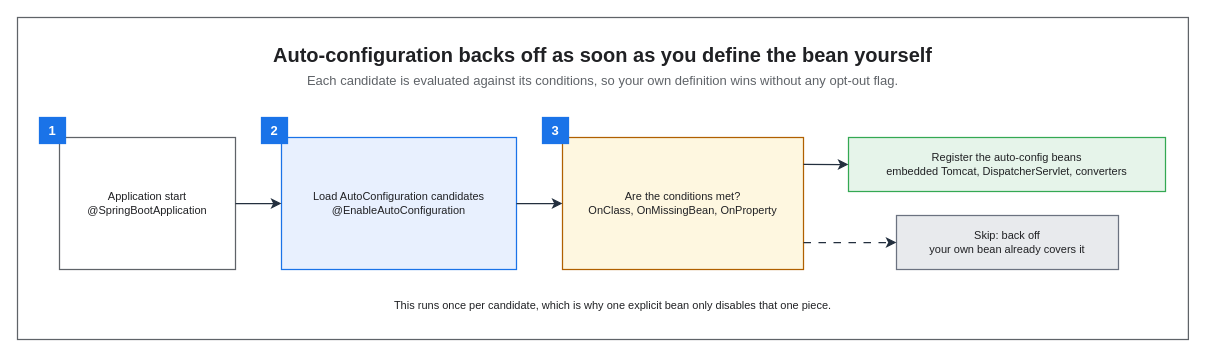
The draw.io diagram assets/img/spring/spring-07-autoconfiguration-flow.drawio in KKamJi98/kkamji98.github.io, before the edit. Source tidied: cells renumbered, new cells numbered last; positions are measured from the earlier drawing's top-left corner, leaving out a move shared by most shapes. Both pictures are drawn from the tidied source at 100%, with x=0, y=0 at pixel (17, 17).
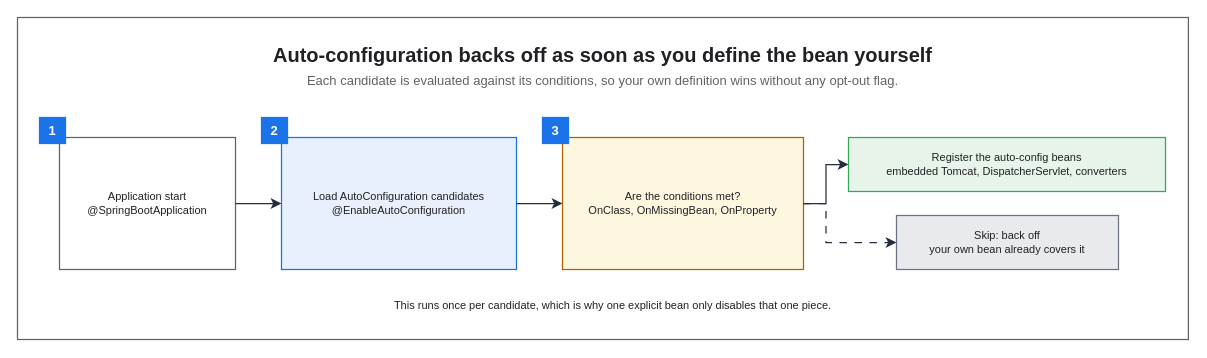
After the change.

Unchanged cells that the change refers to:
```xml
<mxCell id="7" value="Are the conditions met?&#10;OnClass, OnMissingBean, OnProperty" style="rounded=0;whiteSpace=wrap;html=0;fillColor=#FEF7E0;strokeColor=#B06000;fontColor=#202124;fontSize=11;fontStyle=0;align=center;verticalAlign=middle;spacingLeft=6;spacingRight=6;strokeWidth=1.25;" parent="1" vertex="1">
  <mxGeometry x="545" y="120" width="241" height="132" as="geometry" />
</mxCell>
<mxCell id="8" value="Register the auto-config beans&#10;embedded Tomcat, DispatcherServlet, converters" style="rounded=0;whiteSpace=wrap;html=0;fillColor=#E6F4EA;strokeColor=#34A853;fontColor=#202124;fontSize=11;fontStyle=0;align=center;verticalAlign=middle;spacingLeft=6;spacingRight=6;strokeWidth=1.25;" parent="1" vertex="1">
  <mxGeometry x="831" y="120" width="317" height="54" as="geometry" />
</mxCell>
<mxCell id="9" value="Skip: back off&#10;your own bean already covers it" style="rounded=0;whiteSpace=wrap;html=0;fillColor=#E8EAED;strokeColor=#6B7280;fontColor=#202124;fontSize=11;fontStyle=0;align=center;verticalAlign=middle;spacingLeft=6;spacingRight=6;strokeWidth=1.25;" parent="1" vertex="1">
  <mxGeometry x="879" y="198" width="222" height="54" as="geometry" />
</mxCell>
```

The edit, as a diff of the source:
```diff
@@
-    <mxCell id="16" style="edgeStyle=orthogonalEdgeStyle;rounded=0;html=0;strokeColor=#232F3E;strokeWidth=1.25;endArrow=classic;endFill=1;endSize=7;fontSize=11;fontColor=#202124;labelBackgroundColor=none;jettySize=14;exitX=1;exitY=0.2045;entryX=0;entryY=0.5;exitDx=0;exitDy=0;entryDx=0;entryDy=0;" parent="1" edge="1" source="7" target="8">
-      <mxGeometry relative="1" as="geometry" />
+    <mxCell id="16" style="edgeStyle=orthogonalEdgeStyle;rounded=0;html=0;strokeColor=#232F3E;strokeWidth=1.25;endArrow=classic;endFill=1;endSize=7;fontSize=11;fontColor=#202124;labelBackgroundColor=none;jettySize=14;exitX=1;exitY=0.5;entryX=0;entryY=0.5;exitDx=0;exitDy=0;entryDx=0;entryDy=0;" parent="1" edge="1" source="7" target="8">
+      <mxGeometry relative="1" as="geometry">
+        <Array as="points">
+          <mxPoint x="808.5" y="186" />
+          <mxPoint x="808.5" y="147" />
+        </Array>
+      </mxGeometry>
     </mxCell>
-    <mxCell id="17" style="edgeStyle=orthogonalEdgeStyle;rounded=0;html=0;strokeColor=#232F3E;strokeWidth=1.25;endArrow=classic;endFill=1;endSize=7;fontSize=11;fontColor=#202124;labelBackgroundColor=none;jettySize=14;dashed=1;dashPattern=6 6;exitX=1;exitY=0.7955;entryX=0;entryY=0.5;exitDx=0;exitDy=0;entryDx=0;entryDy=0;" parent="1" edge="1" source="7" target="9">
-      <mxGeometry relative="1" as="geometry" />
+    <mxCell id="17" style="edgeStyle=orthogonalEdgeStyle;rounded=0;html=0;strokeColor=#232F3E;strokeWidth=1.25;endArrow=classic;endFill=1;endSize=7;fontSize=11;fontColor=#202124;labelBackgroundColor=none;jettySize=14;dashed=1;dashPattern=6 6;exitX=1;exitY=0.5;entryX=0;entryY=0.5;exitDx=0;exitDy=0;entryDx=0;entryDy=0;" parent="1" edge="1" source="7" target="9">
+      <mxGeometry relative="1" as="geometry">
+        <Array as="points">
+          <mxPoint x="808.5" y="186" />
+          <mxPoint x="808.5" y="225" />
+        </Array>
+      </mxGeometry>
     </mxCell>
```
